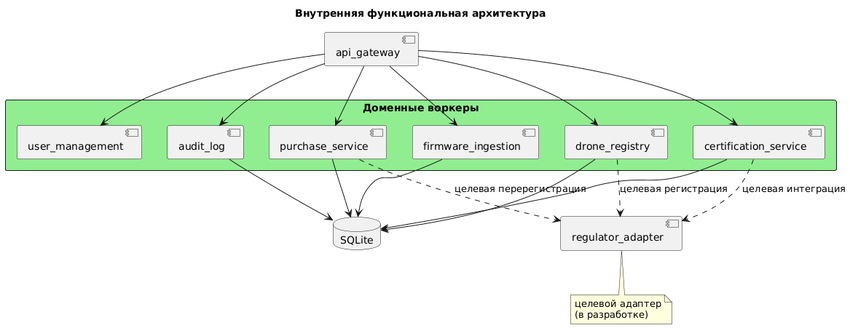
Before: systems/uas_dev_company/docs/diagrams/readme_functional_internal.png, a diagram exported from PlantUML (sergeysobolev-spbu/sbd-drones-economics).
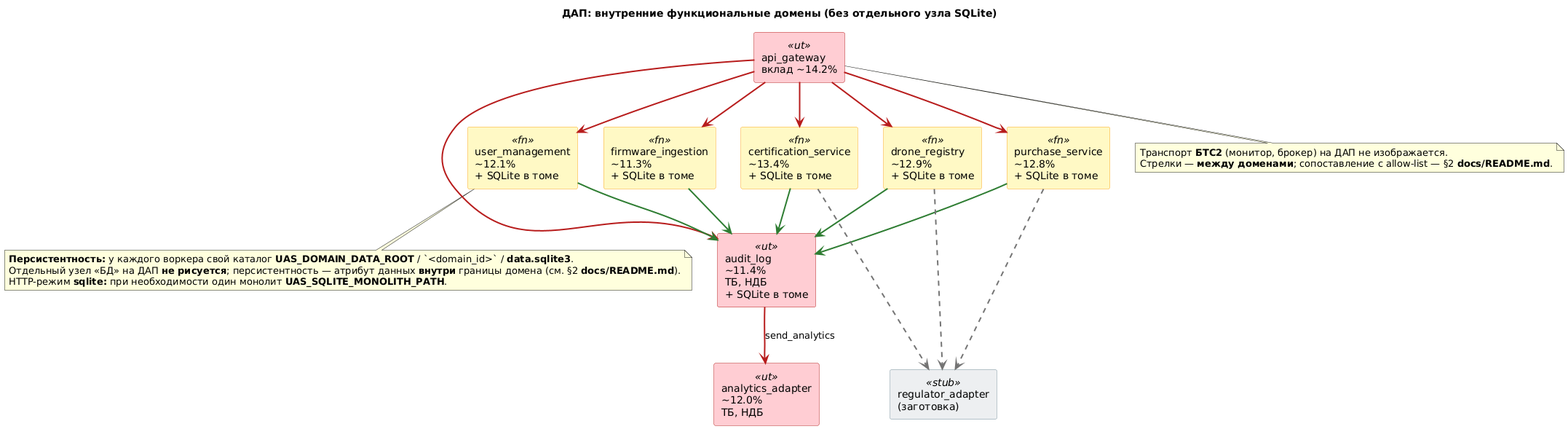
Later version of the same file.

The edit, as a diff of the source:
```diff
@@ -1,39 +1,63 @@
 @startuml readme_functional_internal
-title Внутренняя функциональная архитектура
+title ДАП: внутренние функциональные домены (без отдельного узла SQLite)
 
 skinparam defaultFontName "SansSerif"
-skinparam packageStyle rectangle
+skinparam ArrowThickness 2
 
-[api_gateway] as GW
-
-package "Доменные воркеры" #LightGreen {
-  [user_management] as UM
-  [firmware_ingestion] as FW
-  [certification_service] as CS
-  [drone_registry] as DR
-  [purchase_service] as PS
-  [audit_log] as AL
+skinparam rectangle<<ut>> {
+  BackgroundColor #FFCDD2
+  BorderColor #B71C1C
+}
+skinparam rectangle<<fn>> {
+  BackgroundColor #FFF9C4
+  BorderColor #F9A825
+}
+skinparam rectangle<<stub>> {
+  BackgroundColor #ECEFF1
+  BorderColor #78909C
 }
 
-database "SQLite" as DB
-[regulator_adapter] as RAD
-note bottom of RAD : целевой адаптер\n(в разработке)
+rectangle "api_gateway\nвклад ~14.2%" <<ut>> as GW
 
-GW --> UM
-GW --> FW
-GW --> CS
-GW --> DR
-GW --> PS
-GW --> AL
+rectangle "user_management\n~12.1%\n+ SQLite в томе" <<fn>> as UM
+rectangle "firmware_ingestion\n~11.3%\n+ SQLite в томе" <<fn>> as FW
+rectangle "certification_service\n~13.4%\n+ SQLite в томе" <<fn>> as CS
+rectangle "drone_registry\n~12.9%\n+ SQLite в томе" <<fn>> as DR
+rectangle "purchase_service\n~12.8%\n+ SQLite в томе" <<fn>> as PS
+rectangle "audit_log\n~11.4%\nТБ, НДБ\n+ SQLite в томе" <<ut>> as AL
 
-FW --> DB
-CS --> DB
-DR --> DB
-PS --> DB
-AL --> DB
+rectangle "analytics_adapter\n~12.0%\nТБ, НДБ" <<ut>> as AA
 
-CS ..> RAD : целевая интеграция
-DR ..> RAD : целевая регистрация
-PS ..> RAD : целевая перерегистрация
+rectangle "regulator_adapter\n(заготовка)" <<stub>> as RAD
+
+GW -[#B71C1C]-> UM
+GW -[#B71C1C]-> FW
+GW -[#B71C1C]-> CS
+GW -[#B71C1C]-> DR
+GW -[#B71C1C]-> PS
+GW -[#B71C1C]-> AL
+
+UM -[#2E7D32]-> AL
+FW -[#2E7D32]-> AL
+CS -[#2E7D32]-> AL
+DR -[#2E7D32]-> AL
+PS -[#2E7D32]-> AL
+
+AL -[#B71C1C]-> AA : send_analytics
+
+CS ..[#757575].> RAD
+DR ..[#757575].> RAD
+PS ..[#757575].> RAD
+
+note bottom of GW
+  Транспорт **БТС2** (монитор, брокер) на ДАП не изображается.
+  Стрелки — **между доменами**; сопоставление с allow-list — §2 **docs/README.md**.
+end note
+
+note bottom of UM
+  **Персистентность:** у каждого воркера свой каталог **UAS_DOMAIN_DATA_ROOT** / `<domain_id>` / **data.sqlite3**.
+  Отдельный узел «БД» на ДАП **не рисуется**; персистентность — атрибут данных **внутри** границы домена (см. §2 **docs/README.md**).
+  HTTP-режим **sqlite:** при необходимости один монолит **UAS_SQLITE_MONOLITH_PATH**.
+end note
 
 @enduml
```
